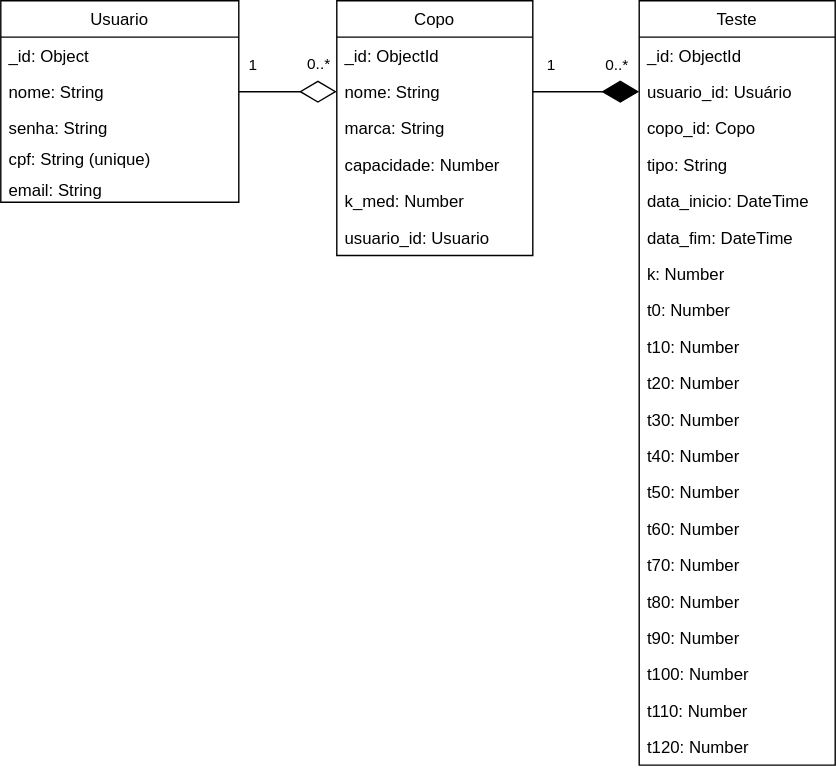
Earlier version of the draw.io export API/Docs/NoAM.svg (FatecFranca/DSM-P4-G04-2025-4). Source tidied: cells renumbered, new cells last; positions are measured from the earlier drawing's top-left corner, leaving out a move shared by most shapes.
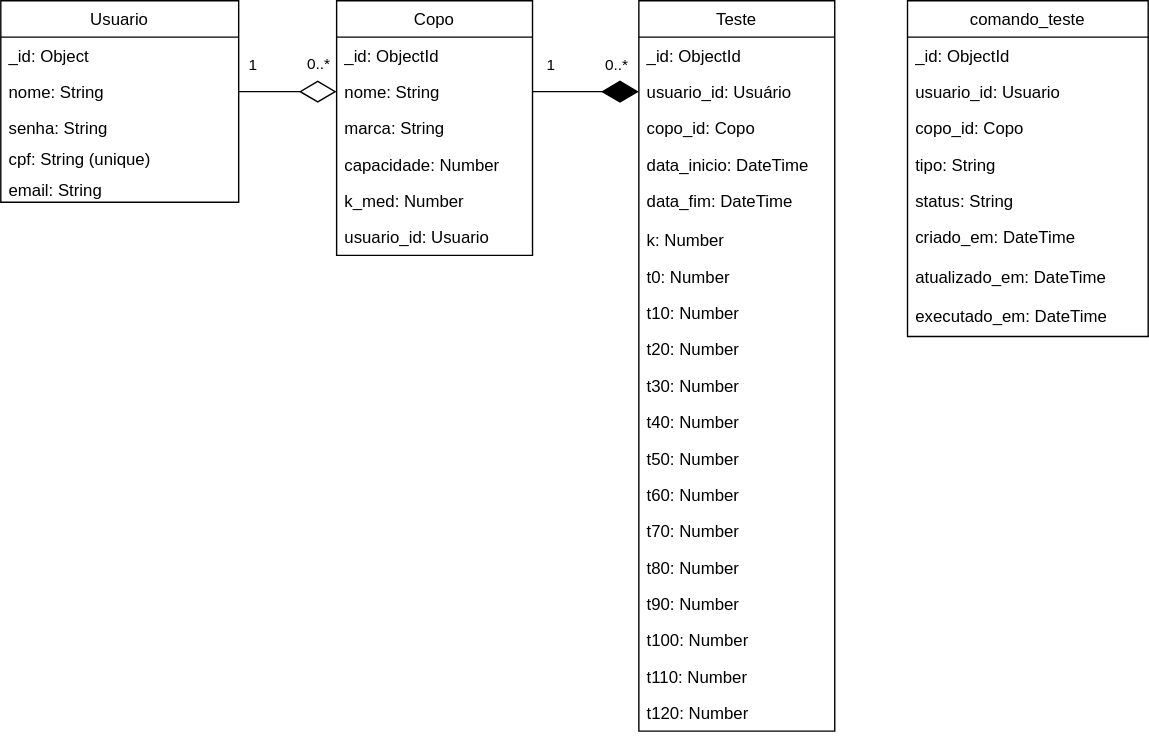
The same diagram one commit later.

What changed in the source:
```diff
@@ -52,7 +52,7 @@
       <mxGeometry y="156" width="140" height="26" as="geometry" />
     </mxCell>
     <mxCell id="17" value="Teste" style="swimlane;fontStyle=0;horizontal=1;startSize=26;fillColor=none;" parent="1" vertex="1">
-      <mxGeometry x="456" width="140" height="546" as="geometry" />
+      <mxGeometry x="456" width="140" height="522" as="geometry" />
     </mxCell>
     <mxCell id="18" value="_id: ObjectId" style="text;strokeColor=none;fillColor=none;align=left;verticalAlign=top;spacingLeft=4;spacingRight=4;overflow=hidden;" parent="17" vertex="1">
       <mxGeometry y="26" width="140" height="26" as="geometry" />
@@ -63,56 +63,53 @@
     <mxCell id="20" value="copo_id: Copo" style="text;strokeColor=none;fillColor=none;align=left;verticalAlign=top;spacingLeft=4;spacingRight=4;overflow=hidden;" parent="17" vertex="1">
       <mxGeometry y="78" width="140" height="26" as="geometry" />
     </mxCell>
-    <mxCell id="21" value="tipo: String" style="text;strokeColor=none;fillColor=none;align=left;verticalAlign=top;spacingLeft=4;spacingRight=4;overflow=hidden;" parent="17" vertex="1">
-      <mxGeometry y="104" width="140" height="26" as="geometry" />
-    </mxCell>
     <mxCell id="22" value="data_inicio: DateTime" style="text;strokeColor=none;fillColor=none;align=left;verticalAlign=top;spacingLeft=4;spacingRight=4;overflow=hidden;" parent="17" vertex="1">
-      <mxGeometry y="130" width="140" height="26" as="geometry" />
+      <mxGeometry y="104" width="140" height="26" as="geometry" />
     </mxCell>
     <mxCell id="23" value="data_fim: DateTime" style="text;strokeColor=none;fillColor=none;align=left;verticalAlign=top;spacingLeft=4;spacingRight=4;overflow=hidden;" parent="17" vertex="1">
-      <mxGeometry y="156" width="140" height="26" as="geometry" />
+      <mxGeometry y="130" width="140" height="28" as="geometry" />
     </mxCell>
     <mxCell id="24" value="k: Number" style="text;strokeColor=none;fillColor=none;align=left;verticalAlign=top;spacingLeft=4;spacingRight=4;overflow=hidden;" parent="17" vertex="1">
-      <mxGeometry y="182" width="140" height="26" as="geometry" />
+      <mxGeometry y="158" width="140" height="26" as="geometry" />
     </mxCell>
     <mxCell id="25" value="t0: Number" style="text;strokeColor=none;fillColor=none;align=left;verticalAlign=top;spacingLeft=4;spacingRight=4;overflow=hidden;" parent="17" vertex="1">
-      <mxGeometry y="208" width="140" height="26" as="geometry" />
+      <mxGeometry y="184" width="140" height="26" as="geometry" />
     </mxCell>
     <mxCell id="26" value="t10: Number" style="text;strokeColor=none;fillColor=none;align=left;verticalAlign=top;spacingLeft=4;spacingRight=4;overflow=hidden;" parent="17" vertex="1">
-      <mxGeometry y="234" width="140" height="26" as="geometry" />
+      <mxGeometry y="210" width="140" height="26" as="geometry" />
     </mxCell>
     <mxCell id="27" value="t20: Number" style="text;strokeColor=none;fillColor=none;align=left;verticalAlign=top;spacingLeft=4;spacingRight=4;overflow=hidden;" parent="17" vertex="1">
-      <mxGeometry y="260" width="140" height="26" as="geometry" />
+      <mxGeometry y="236" width="140" height="26" as="geometry" />
     </mxCell>
     <mxCell id="28" value="t30: Number" style="text;strokeColor=none;fillColor=none;align=left;verticalAlign=top;spacingLeft=4;spacingRight=4;overflow=hidden;" parent="17" vertex="1">
-      <mxGeometry y="286" width="140" height="26" as="geometry" />
+      <mxGeometry y="262" width="140" height="26" as="geometry" />
     </mxCell>
     <mxCell id="29" value="t40: Number" style="text;strokeColor=none;fillColor=none;align=left;verticalAlign=top;spacingLeft=4;spacingRight=4;overflow=hidden;" parent="17" vertex="1">
-      <mxGeometry y="312" width="140" height="26" as="geometry" />
+      <mxGeometry y="288" width="140" height="26" as="geometry" />
     </mxCell>
     <mxCell id="30" value="t50: Number" style="text;strokeColor=none;fillColor=none;align=left;verticalAlign=top;spacingLeft=4;spacingRight=4;overflow=hidden;" parent="17" vertex="1">
-      <mxGeometry y="338" width="140" height="26" as="geometry" />
+      <mxGeometry y="314" width="140" height="26" as="geometry" />
     </mxCell>
     <mxCell id="31" value="t60: Number" style="text;strokeColor=none;fillColor=none;align=left;verticalAlign=top;spacingLeft=4;spacingRight=4;overflow=hidden;" parent="17" vertex="1">
-      <mxGeometry y="364" width="140" height="26" as="geometry" />
+      <mxGeometry y="340" width="140" height="26" as="geometry" />
     </mxCell>
     <mxCell id="32" value="t70: Number" style="text;strokeColor=none;fillColor=none;align=left;verticalAlign=top;spacingLeft=4;spacingRight=4;overflow=hidden;" parent="17" vertex="1">
-      <mxGeometry y="390" width="140" height="26" as="geometry" />
+      <mxGeometry y="366" width="140" height="26" as="geometry" />
     </mxCell>
     <mxCell id="33" value="t80: Number" style="text;strokeColor=none;fillColor=none;align=left;verticalAlign=top;spacingLeft=4;spacingRight=4;overflow=hidden;" parent="17" vertex="1">
-      <mxGeometry y="416" width="140" height="26" as="geometry" />
+      <mxGeometry y="392" width="140" height="26" as="geometry" />
     </mxCell>
     <mxCell id="34" value="t90: Number" style="text;strokeColor=none;fillColor=none;align=left;verticalAlign=top;spacingLeft=4;spacingRight=4;overflow=hidden;" parent="17" vertex="1">
-      <mxGeometry y="442" width="140" height="26" as="geometry" />
+      <mxGeometry y="418" width="140" height="26" as="geometry" />
     </mxCell>
     <mxCell id="35" value="t100: Number" style="text;strokeColor=none;fillColor=none;align=left;verticalAlign=top;spacingLeft=4;spacingRight=4;overflow=hidden;" parent="17" vertex="1">
-      <mxGeometry y="468" width="140" height="26" as="geometry" />
+      <mxGeometry y="444" width="140" height="26" as="geometry" />
     </mxCell>
     <mxCell id="36" value="t110: Number" style="text;strokeColor=none;fillColor=none;align=left;verticalAlign=top;spacingLeft=4;spacingRight=4;overflow=hidden;" parent="17" vertex="1">
-      <mxGeometry y="494" width="140" height="26" as="geometry" />
+      <mxGeometry y="470" width="140" height="26" as="geometry" />
     </mxCell>
     <mxCell id="37" value="t120: Number" style="text;strokeColor=none;fillColor=none;align=left;verticalAlign=top;spacingLeft=4;spacingRight=4;overflow=hidden;" parent="17" vertex="1">
-      <mxGeometry y="520" width="140" height="26" as="geometry" />
+      <mxGeometry y="496" width="140" height="26" as="geometry" />
     </mxCell>
     <mxCell id="38" style="endArrow=diamondThin;endFill=1;endSize=24;html=1;exitX=1;exitY=0.5;exitDx=0;exitDy=0;entryX=0;entryY=0.5;entryDx=0;entryDy=0;" parent="1" edge="1" target="19">
       <mxGeometry relative="1" as="geometry">
@@ -134,5 +131,32 @@
         <mxPoint x="240" y="65" as="targetPoint" />
       </mxGeometry>
     </mxCell>
+    <mxCell id="42" value="comando_teste" style="swimlane;fontStyle=0;horizontal=1;startSize=26;fillColor=none;" parent="1" vertex="1">
+      <mxGeometry x="648" width="172" height="240" as="geometry" />
+    </mxCell>
+    <mxCell id="43" value="_id: ObjectId" style="text;strokeColor=none;fillColor=none;align=left;verticalAlign=top;spacingLeft=4;spacingRight=4;overflow=hidden;" parent="42" vertex="1">
+      <mxGeometry y="26" width="172" height="26" as="geometry" />
+    </mxCell>
+    <mxCell id="44" value="usuario_id: Usuario" style="text;strokeColor=none;fillColor=none;align=left;verticalAlign=top;spacingLeft=4;spacingRight=4;overflow=hidden;" parent="42" vertex="1">
+      <mxGeometry y="52" width="172" height="26" as="geometry" />
+    </mxCell>
+    <mxCell id="45" value="copo_id: Copo" style="text;strokeColor=none;fillColor=none;align=left;verticalAlign=top;spacingLeft=4;spacingRight=4;overflow=hidden;" parent="42" vertex="1">
+      <mxGeometry y="78" width="172" height="26" as="geometry" />
+    </mxCell>
+    <mxCell id="21" value="tipo: String" style="text;strokeColor=none;fillColor=none;align=left;verticalAlign=top;spacingLeft=4;spacingRight=4;overflow=hidden;" parent="42" vertex="1">
+      <mxGeometry y="104" width="172" height="26" as="geometry" />
+    </mxCell>
+    <mxCell id="46" value="status: String" style="text;strokeColor=none;fillColor=none;align=left;verticalAlign=top;spacingLeft=4;spacingRight=4;overflow=hidden;" parent="42" vertex="1">
+      <mxGeometry y="130" width="172" height="26" as="geometry" />
+    </mxCell>
+    <mxCell id="47" value="criado_em: DateTime" style="text;strokeColor=none;fillColor=none;align=left;verticalAlign=top;spacingLeft=4;spacingRight=4;overflow=hidden;" parent="42" vertex="1">
+      <mxGeometry y="156" width="172" height="28" as="geometry" />
+    </mxCell>
+    <mxCell id="48" value="atualizado_em: DateTime" style="text;strokeColor=none;fillColor=none;align=left;verticalAlign=top;spacingLeft=4;spacingRight=4;overflow=hidden;" parent="42" vertex="1">
+      <mxGeometry y="184" width="172" height="28" as="geometry" />
+    </mxCell>
+    <mxCell id="49" value="executado_em: DateTime" style="text;strokeColor=none;fillColor=none;align=left;verticalAlign=top;spacingLeft=4;spacingRight=4;overflow=hidden;" parent="42" vertex="1">
+      <mxGeometry y="212" width="172" height="28" as="geometry" />
+    </mxCell>
   </root>
 </mxGraphModel>
```
